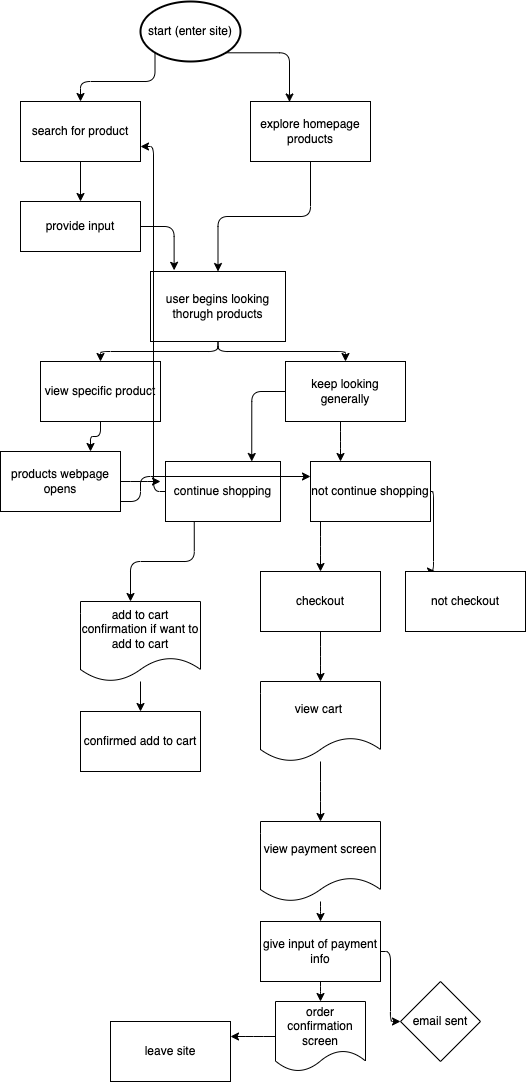
dbajoua/fa22-cse110-lab4 keeps this draw.io diagram as explore/diagramming/diagram.drawio.png. Above is the earlier version. Source tidied: cells renumbered, new cells last; positions are measured from the earlier drawing's top-left corner, leaving out a move shared by most shapes. Its diagram source:
```xml
<mxGraphModel>
  <root>
    <mxCell id="0" />
    <mxCell id="1" parent="0" />
    <mxCell id="2" style="edgeStyle=orthogonalEdgeStyle;html=1;exitX=0.145;exitY=0.855;exitDx=0;exitDy=0;exitPerimeter=0;" parent="1" edge="1" source="4" target="6">
      <mxGeometry relative="1" as="geometry" />
    </mxCell>
    <mxCell id="3" style="edgeStyle=orthogonalEdgeStyle;html=1;exitX=0.855;exitY=0.855;exitDx=0;exitDy=0;exitPerimeter=0;entryX=0.325;entryY=0.008;entryDx=0;entryDy=0;entryPerimeter=0;" parent="1" edge="1" source="4" target="8">
      <mxGeometry relative="1" as="geometry" />
    </mxCell>
    <mxCell id="4" value="start (enter site)" style="strokeWidth=2;html=1;shape=mxgraph.flowchart.start_1;whiteSpace=wrap;" parent="1" vertex="1">
      <mxGeometry x="140" width="100" height="60" as="geometry" />
    </mxCell>
    <mxCell id="5" style="edgeStyle=orthogonalEdgeStyle;html=1;exitX=0.5;exitY=1;exitDx=0;exitDy=0;entryX=0.5;entryY=0;entryDx=0;entryDy=0;" parent="1" edge="1" source="6" target="10">
      <mxGeometry relative="1" as="geometry" />
    </mxCell>
    <mxCell id="6" value="search for product" style="rounded=0;whiteSpace=wrap;html=1;" parent="1" vertex="1">
      <mxGeometry x="20" y="100" width="120" height="60" as="geometry" />
    </mxCell>
    <mxCell id="7" style="edgeStyle=orthogonalEdgeStyle;html=1;exitX=0.5;exitY=1;exitDx=0;exitDy=0;" parent="1" edge="1" source="8" target="13">
      <mxGeometry relative="1" as="geometry" />
    </mxCell>
    <mxCell id="8" value="explore homepage products" style="whiteSpace=wrap;html=1;" parent="1" vertex="1">
      <mxGeometry x="250" y="100" width="120" height="60" as="geometry" />
    </mxCell>
    <mxCell id="9" style="edgeStyle=orthogonalEdgeStyle;html=1;entryX=0.175;entryY=-0.017;entryDx=0;entryDy=0;entryPerimeter=0;" parent="1" edge="1" source="10" target="13">
      <mxGeometry relative="1" as="geometry" />
    </mxCell>
    <mxCell id="10" value="provide input" style="whiteSpace=wrap;html=1;" parent="1" vertex="1">
      <mxGeometry x="20" y="200" width="120" height="50" as="geometry" />
    </mxCell>
    <mxCell id="11" style="edgeStyle=orthogonalEdgeStyle;html=1;" parent="1" edge="1" source="13" target="15">
      <mxGeometry relative="1" as="geometry" />
    </mxCell>
    <mxCell id="12" style="edgeStyle=orthogonalEdgeStyle;html=1;" parent="1" edge="1" source="13" target="18">
      <mxGeometry relative="1" as="geometry" />
    </mxCell>
    <mxCell id="13" value="user begins looking thorugh products" style="whiteSpace=wrap;html=1;" parent="1" vertex="1">
      <mxGeometry x="150" y="270" width="135" height="70" as="geometry" />
    </mxCell>
    <mxCell id="14" style="edgeStyle=orthogonalEdgeStyle;html=1;entryX=0.75;entryY=0;entryDx=0;entryDy=0;" parent="1" edge="1" source="15" target="27">
      <mxGeometry relative="1" as="geometry" />
    </mxCell>
    <mxCell id="15" value="view specific product" style="whiteSpace=wrap;html=1;" parent="1" vertex="1">
      <mxGeometry x="40" y="360" width="120" height="60" as="geometry" />
    </mxCell>
    <mxCell id="16" style="edgeStyle=orthogonalEdgeStyle;html=1;entryX=0.75;entryY=0;entryDx=0;entryDy=0;" parent="1" edge="1" source="18" target="21">
      <mxGeometry relative="1" as="geometry" />
    </mxCell>
    <mxCell id="17" style="edgeStyle=elbowEdgeStyle;html=1;entryX=0.25;entryY=0;entryDx=0;entryDy=0;" parent="1" edge="1" source="18" target="30">
      <mxGeometry relative="1" as="geometry" />
    </mxCell>
    <mxCell id="18" value="keep looking generally" style="whiteSpace=wrap;html=1;" parent="1" vertex="1">
      <mxGeometry x="285" y="360" width="120" height="60" as="geometry" />
    </mxCell>
    <mxCell id="19" style="edgeStyle=orthogonalEdgeStyle;html=1;exitX=0.25;exitY=1;exitDx=0;exitDy=0;" parent="1" edge="1" source="21">
      <mxGeometry relative="1" as="geometry">
        <mxPoint x="130" y="600" as="targetPoint" />
      </mxGeometry>
    </mxCell>
    <mxCell id="20" style="edgeStyle=elbowEdgeStyle;html=1;entryX=1;entryY=0.75;entryDx=0;entryDy=0;" parent="1" edge="1" source="21" target="6">
      <mxGeometry relative="1" as="geometry" />
    </mxCell>
    <mxCell id="21" value="continue shopping" style="whiteSpace=wrap;html=1;" parent="1" vertex="1">
      <mxGeometry x="165" y="460" width="115" height="60" as="geometry" />
    </mxCell>
    <mxCell id="22" style="edgeStyle=orthogonalEdgeStyle;html=1;entryX=0.5;entryY=0;entryDx=0;entryDy=0;" parent="1" edge="1" source="23" target="24">
      <mxGeometry relative="1" as="geometry" />
    </mxCell>
    <mxCell id="23" value="add to cart confirmation if want to add to cart" style="shape=document;whiteSpace=wrap;html=1;boundedLbl=1;" parent="1" vertex="1">
      <mxGeometry x="80" y="600" width="120" height="80" as="geometry" />
    </mxCell>
    <mxCell id="24" value="confirmed add to cart" style="whiteSpace=wrap;html=1;" parent="1" vertex="1">
      <mxGeometry x="80" y="710" width="120" height="60" as="geometry" />
    </mxCell>
    <mxCell id="25" style="edgeStyle=orthogonalEdgeStyle;html=1;" parent="1" edge="1" source="27">
      <mxGeometry relative="1" as="geometry">
        <mxPoint x="160" y="480" as="targetPoint" />
        <Array as="points">
          <mxPoint x="140" y="480" />
          <mxPoint x="140" y="480" />
        </Array>
      </mxGeometry>
    </mxCell>
    <mxCell id="26" style="edgeStyle=elbowEdgeStyle;html=1;entryX=0;entryY=0.25;entryDx=0;entryDy=0;" parent="1" edge="1" source="27" target="30">
      <mxGeometry relative="1" as="geometry">
        <Array as="points">
          <mxPoint x="140" y="500" />
        </Array>
      </mxGeometry>
    </mxCell>
    <mxCell id="27" value="products webpage opens" style="whiteSpace=wrap;html=1;" parent="1" vertex="1">
      <mxGeometry y="450" width="120" height="60" as="geometry" />
    </mxCell>
    <mxCell id="28" style="edgeStyle=elbowEdgeStyle;html=1;entryX=0.5;entryY=0;entryDx=0;entryDy=0;" parent="1" edge="1" source="30" target="32">
      <mxGeometry relative="1" as="geometry" />
    </mxCell>
    <mxCell id="29" style="edgeStyle=elbowEdgeStyle;html=1;entryX=0.25;entryY=0;entryDx=0;entryDy=0;" parent="1" edge="1" source="30" target="33">
      <mxGeometry relative="1" as="geometry" />
    </mxCell>
    <mxCell id="30" value="not continue shopping" style="whiteSpace=wrap;html=1;" parent="1" vertex="1">
      <mxGeometry x="310" y="460" width="120" height="60" as="geometry" />
    </mxCell>
    <mxCell id="31" style="edgeStyle=elbowEdgeStyle;html=1;" parent="1" edge="1" source="32">
      <mxGeometry relative="1" as="geometry">
        <mxPoint x="320" y="680" as="targetPoint" />
      </mxGeometry>
    </mxCell>
    <mxCell id="32" value="checkout" style="whiteSpace=wrap;html=1;" parent="1" vertex="1">
      <mxGeometry x="260" y="570" width="120" height="60" as="geometry" />
    </mxCell>
    <mxCell id="33" value="not checkout" style="whiteSpace=wrap;html=1;" parent="1" vertex="1">
      <mxGeometry x="405" y="570" width="120" height="60" as="geometry" />
    </mxCell>
    <mxCell id="34" style="edgeStyle=elbowEdgeStyle;html=1;entryX=0.5;entryY=0;entryDx=0;entryDy=0;" parent="1" edge="1" source="35" target="37">
      <mxGeometry relative="1" as="geometry" />
    </mxCell>
    <mxCell id="35" value="view cart&amp;nbsp;" style="shape=document;whiteSpace=wrap;html=1;boundedLbl=1;" parent="1" vertex="1">
      <mxGeometry x="260" y="680" width="120" height="80" as="geometry" />
    </mxCell>
    <mxCell id="36" style="edgeStyle=elbowEdgeStyle;html=1;" parent="1" edge="1" source="37" target="40">
      <mxGeometry relative="1" as="geometry" />
    </mxCell>
    <mxCell id="37" value="view payment screen" style="shape=document;whiteSpace=wrap;html=1;boundedLbl=1;" parent="1" vertex="1">
      <mxGeometry x="260" y="820" width="120" height="80" as="geometry" />
    </mxCell>
    <mxCell id="38" style="edgeStyle=elbowEdgeStyle;html=1;" parent="1" edge="1" source="40" target="42">
      <mxGeometry relative="1" as="geometry" />
    </mxCell>
    <mxCell id="39" style="edgeStyle=elbowEdgeStyle;html=1;" parent="1" edge="1" source="40" target="43">
      <mxGeometry relative="1" as="geometry" />
    </mxCell>
    <mxCell id="40" value="give input of payment info" style="whiteSpace=wrap;html=1;" parent="1" vertex="1">
      <mxGeometry x="260" y="920" width="120" height="60" as="geometry" />
    </mxCell>
    <mxCell id="41" style="edgeStyle=elbowEdgeStyle;html=1;entryX=1;entryY=0.25;entryDx=0;entryDy=0;" parent="1" edge="1" source="42" target="44">
      <mxGeometry relative="1" as="geometry" />
    </mxCell>
    <mxCell id="42" value="order confirmation screen" style="shape=document;whiteSpace=wrap;html=1;boundedLbl=1;" parent="1" vertex="1">
      <mxGeometry x="275" y="1000" width="90" height="70" as="geometry" />
    </mxCell>
    <mxCell id="43" value="email sent" style="rhombus;whiteSpace=wrap;html=1;" parent="1" vertex="1">
      <mxGeometry x="400" y="980" width="80" height="80" as="geometry" />
    </mxCell>
    <mxCell id="44" value="leave site" style="whiteSpace=wrap;html=1;" parent="1" vertex="1">
      <mxGeometry x="110" y="1020" width="120" height="60" as="geometry" />
    </mxCell>
  </root>
</mxGraphModel>
```
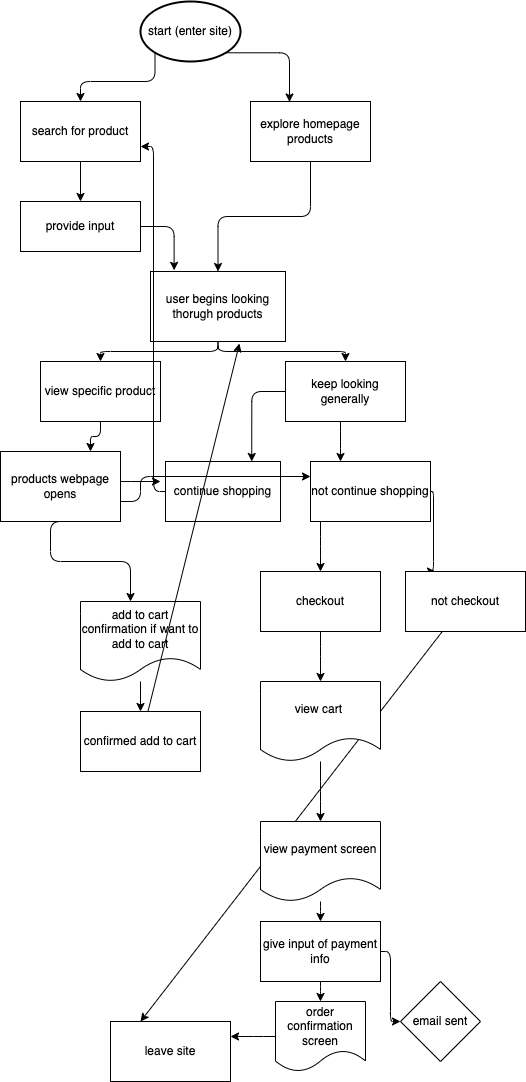
Later version of the same file.

The edit, as a diff of the source:
```diff
@@ -53,9 +53,15 @@
     <mxCell id="18" value="keep looking generally" style="whiteSpace=wrap;html=1;" parent="1" vertex="1">
       <mxGeometry x="285" y="360" width="120" height="60" as="geometry" />
     </mxCell>
-    <mxCell id="19" style="edgeStyle=orthogonalEdgeStyle;html=1;exitX=0.25;exitY=1;exitDx=0;exitDy=0;" parent="1" edge="1" source="21">
+    <mxCell id="19" style="edgeStyle=orthogonalEdgeStyle;html=1;" parent="1" edge="1">
       <mxGeometry relative="1" as="geometry">
+        <mxPoint x="70" y="520" as="sourcePoint" />
         <mxPoint x="130" y="600" as="targetPoint" />
+        <Array as="points">
+          <mxPoint x="50" y="520" />
+          <mxPoint x="50" y="560" />
+          <mxPoint x="130" y="560" />
+        </Array>
       </mxGeometry>
     </mxCell>
     <mxCell id="20" style="edgeStyle=elbowEdgeStyle;html=1;entryX=1;entryY=0.75;entryDx=0;entryDy=0;" parent="1" edge="1" source="21" target="6">
@@ -70,6 +76,9 @@
     <mxCell id="23" value="add to cart confirmation if want to add to cart" style="shape=document;whiteSpace=wrap;html=1;boundedLbl=1;" parent="1" vertex="1">
       <mxGeometry x="80" y="600" width="120" height="80" as="geometry" />
     </mxCell>
+    <mxCell id="45" style="edgeStyle=none;html=1;entryX=0.659;entryY=1.029;entryDx=0;entryDy=0;entryPerimeter=0;" parent="1" edge="1" source="24" target="13">
+      <mxGeometry relative="1" as="geometry" />
+    </mxCell>
     <mxCell id="24" value="confirmed add to cart" style="whiteSpace=wrap;html=1;" parent="1" vertex="1">
       <mxGeometry x="80" y="710" width="120" height="60" as="geometry" />
     </mxCell>
@@ -90,7 +99,7 @@
       </mxGeometry>
     </mxCell>
     <mxCell id="27" value="products webpage opens" style="whiteSpace=wrap;html=1;" parent="1" vertex="1">
-      <mxGeometry y="450" width="120" height="60" as="geometry" />
+      <mxGeometry y="450" width="120" height="70" as="geometry" />
     </mxCell>
     <mxCell id="28" style="edgeStyle=elbowEdgeStyle;html=1;entryX=0.5;entryY=0;entryDx=0;entryDy=0;" parent="1" edge="1" source="30" target="32">
       <mxGeometry relative="1" as="geometry" />
@@ -109,6 +118,9 @@
     <mxCell id="32" value="checkout" style="whiteSpace=wrap;html=1;" parent="1" vertex="1">
       <mxGeometry x="260" y="570" width="120" height="60" as="geometry" />
     </mxCell>
+    <mxCell id="46" style="edgeStyle=none;html=1;entryX=0.25;entryY=0;entryDx=0;entryDy=0;" parent="1" edge="1" source="33" target="44">
+      <mxGeometry relative="1" as="geometry" />
+    </mxCell>
     <mxCell id="33" value="not checkout" style="whiteSpace=wrap;html=1;" parent="1" vertex="1">
       <mxGeometry x="405" y="570" width="120" height="60" as="geometry" />
     </mxCell>
```
